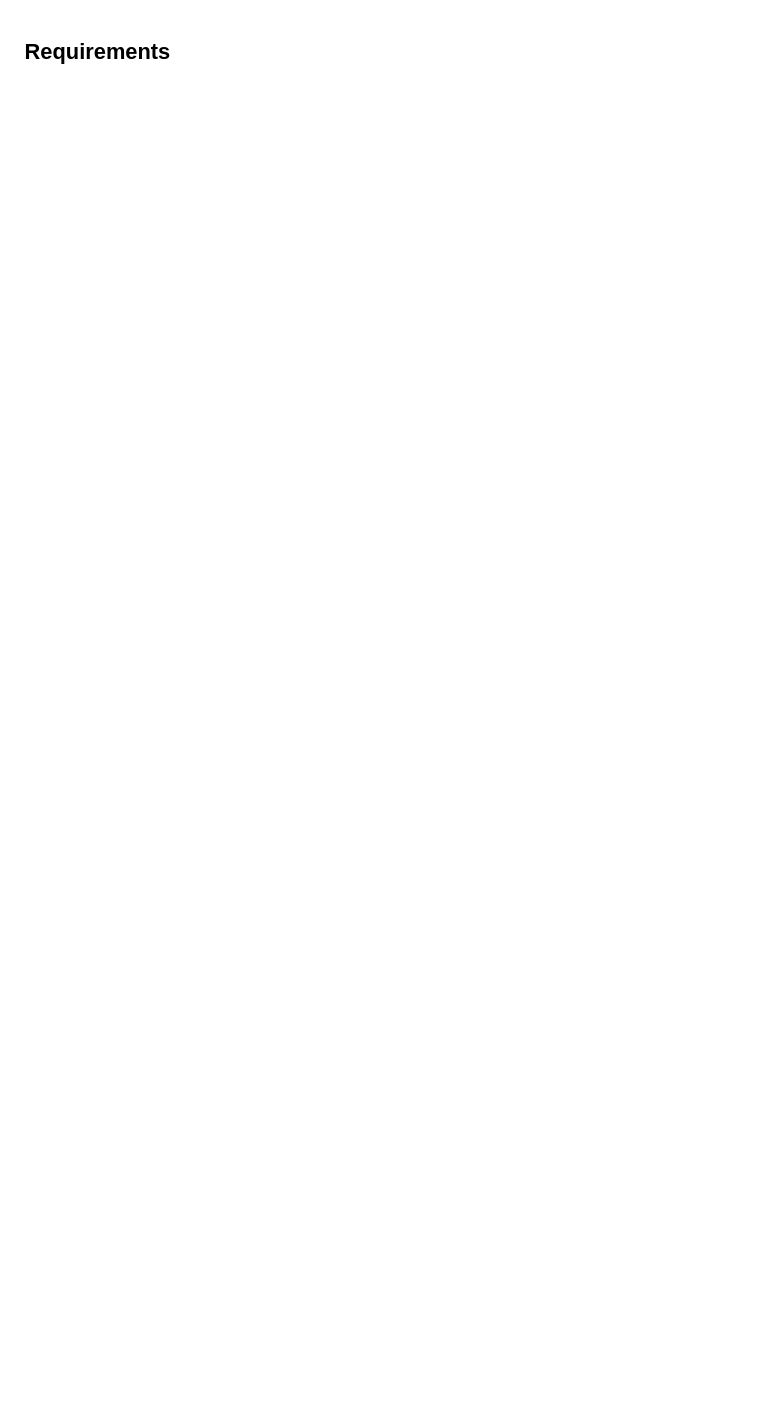
Above: page "Page-2" (2 of 2) of Interview/FBDesign.drawio in ashwiniadlakha/draw_io (draw.io), before the change. Source tidied: cells renumbered, new cells numbered last; positions are measured from the earlier drawing's top-left corner, leaving out a move shared by most shapes. Both pictures are drawn from the tidied source at 91%, with x=0, y=0 at pixel (20, 34).
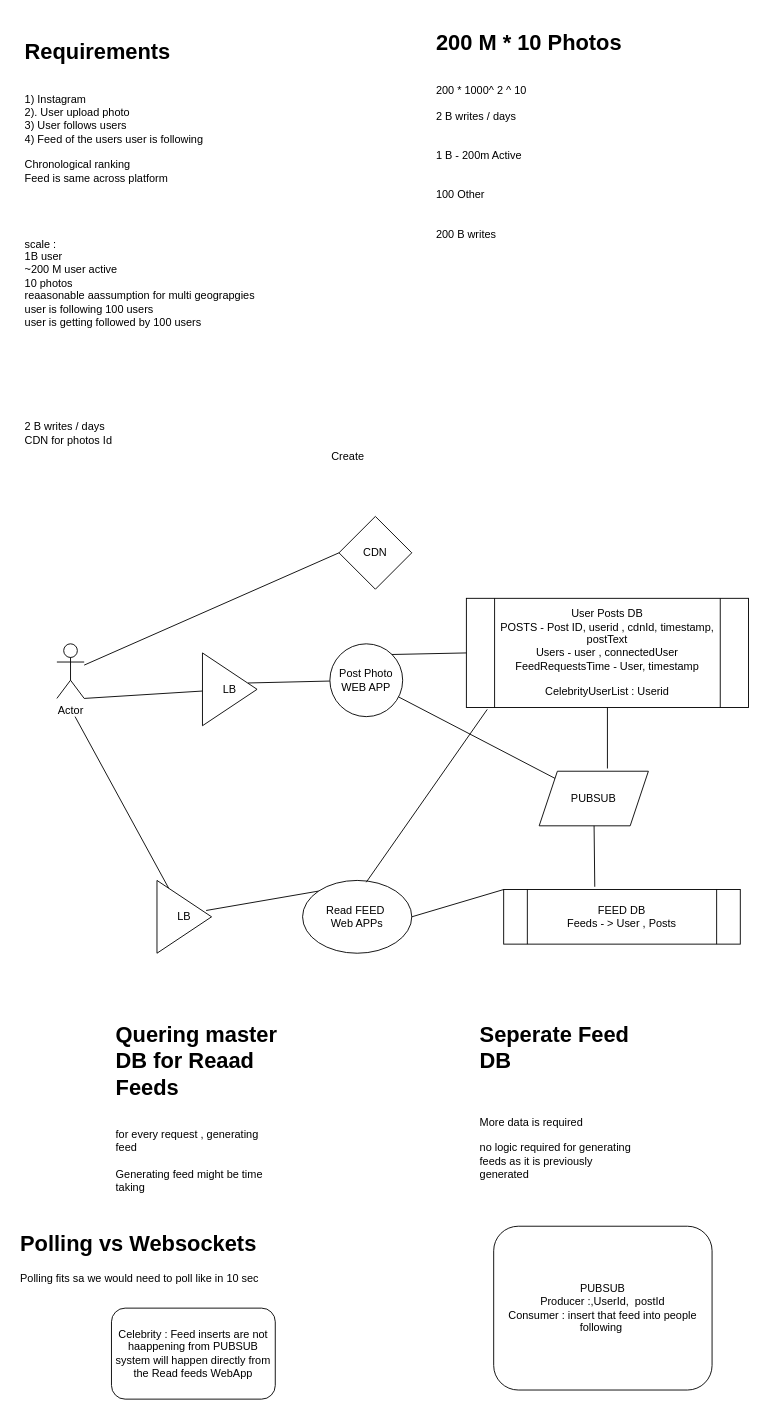
After the change.

Change to the diagram source:
```diff
@@
-    <mxCell id="2" value="&lt;h1&gt;Requirements&lt;/h1&gt;" style="text;html=1;strokeColor=none;fillColor=none;spacing=5;spacingTop=-20;whiteSpace=wrap;overflow=hidden;rounded=0;" parent="1" vertex="1">
-      <mxGeometry width="340" height="280" as="geometry" />
+    <mxCell id="2" value="&lt;h1&gt;Requirements&lt;/h1&gt;&lt;div&gt;&lt;br&gt;&lt;/div&gt;&lt;div&gt;1) Instagram&lt;/div&gt;&lt;div&gt;2). User upload photo&lt;/div&gt;&lt;div&gt;3) User follows users&lt;/div&gt;&lt;div&gt;4) Feed of the users user is following&lt;/div&gt;&lt;div&gt;&lt;br&gt;&lt;/div&gt;&lt;div&gt;Chronological ranking&lt;/div&gt;&lt;div&gt;Feed is same across platform&amp;nbsp;&lt;/div&gt;&lt;div&gt;&lt;br&gt;&lt;/div&gt;&lt;div&gt;&lt;br&gt;&lt;/div&gt;&lt;div&gt;&lt;br&gt;&lt;/div&gt;&lt;div&gt;&lt;br&gt;&lt;/div&gt;&lt;div&gt;scale :&lt;/div&gt;&lt;div&gt;1B user&lt;/div&gt;&lt;div&gt;~200 M user active&lt;/div&gt;&lt;div&gt;10 photos&lt;/div&gt;&lt;div&gt;reaasonable aassumption for multi geograpgies&lt;/div&gt;&lt;div&gt;user is following 100 users&lt;br&gt;user is getting followed by 100 users&lt;/div&gt;&lt;div&gt;&lt;br&gt;&lt;/div&gt;&lt;div&gt;&lt;br&gt;&lt;/div&gt;&lt;div&gt;&lt;br&gt;&lt;/div&gt;&lt;div&gt;&lt;br&gt;&lt;/div&gt;&lt;div&gt;&lt;br&gt;&lt;/div&gt;&lt;div&gt;&lt;br&gt;&lt;/div&gt;&lt;div&gt;&lt;br&gt;&lt;/div&gt;&lt;div&gt;2 B writes / days&amp;nbsp;&lt;br&gt;&lt;/div&gt;&lt;div&gt;CDN for photos Id&lt;/div&gt;" style="text;html=1;strokeColor=none;fillColor=none;spacing=5;spacingTop=-20;whiteSpace=wrap;overflow=hidden;rounded=0;" parent="1" vertex="1">
+      <mxGeometry width="340" height="520" as="geometry" />
     </mxCell>
+    <mxCell id="3" value="&lt;h1&gt;200 M * 10 Photos&lt;/h1&gt;&lt;div&gt;&lt;br&gt;&lt;/div&gt;&lt;div&gt;200 * 1000^ 2 ^ 10&lt;/div&gt;&lt;div&gt;&lt;br&gt;&lt;/div&gt;&lt;div&gt;2 B writes / days&lt;/div&gt;&lt;div&gt;&lt;br&gt;&lt;/div&gt;&lt;div&gt;&lt;br&gt;&lt;/div&gt;&lt;div&gt;1 B - 200m Active&lt;/div&gt;&lt;div&gt;&lt;br&gt;&lt;/div&gt;&lt;div&gt;&lt;br&gt;&lt;/div&gt;&lt;div&gt;100 Other&lt;/div&gt;&lt;div&gt;&lt;br&gt;&lt;/div&gt;&lt;div&gt;&lt;br&gt;&lt;/div&gt;&lt;div&gt;200 B writes&amp;nbsp;&lt;/div&gt;" style="text;html=1;strokeColor=none;fillColor=none;spacing=5;spacingTop=-20;whiteSpace=wrap;overflow=hidden;rounded=0;" parent="1" vertex="1">
+      <mxGeometry x="452" y="-10" width="340" height="390" as="geometry" />
+    </mxCell>
+    <mxCell id="4" value="Actor" style="shape=umlActor;verticalLabelPosition=bottom;verticalAlign=top;html=1;outlineConnect=0;" parent="1" vertex="1">
+      <mxGeometry x="40" y="670" width="30" height="60" as="geometry" />
+    </mxCell>
+    <mxCell id="5" value="CDN" style="rhombus;whiteSpace=wrap;html=1;" parent="1" vertex="1">
+      <mxGeometry x="350" y="530" width="80" height="80" as="geometry" />
+    </mxCell>
+    <mxCell id="6" value="LB" style="triangle;whiteSpace=wrap;html=1;" parent="1" vertex="1">
+      <mxGeometry x="200" y="680" width="60" height="80" as="geometry" />
+    </mxCell>
+    <mxCell id="7" value="Post Photo&lt;br&gt;WEB APP" style="ellipse;whiteSpace=wrap;html=1;" parent="1" vertex="1">
+      <mxGeometry x="340" y="670" width="80" height="80" as="geometry" />
+    </mxCell>
+    <mxCell id="8" value="User Posts DB&lt;br&gt;POSTS - Post ID, userid , cdnId, timestamp, postText&lt;br&gt;Users - user , connectedUser&lt;br&gt;FeedRequestsTime - User, timestamp&lt;br&gt;&lt;br&gt;CelebrityUserList : Userid" style="shape=process;whiteSpace=wrap;html=1;backgroundOutline=1;" parent="1" vertex="1">
+      <mxGeometry x="490" y="620" width="310" height="120" as="geometry" />
+    </mxCell>
+    <mxCell id="9" style="endArrow=none;html=1;rounded=0;entryX=0;entryY=0.5;entryDx=0;entryDy=0;" parent="1" edge="1" source="4" target="5">
+      <mxGeometry relative="1" as="geometry" />
+    </mxCell>
+    <mxCell id="10" style="endArrow=none;html=1;rounded=0;exitX=1;exitY=1;exitDx=0;exitDy=0;exitPerimeter=0;" parent="1" edge="1" source="4" target="6">
+      <mxGeometry relative="1" as="geometry" />
+    </mxCell>
+    <mxCell id="11" style="endArrow=none;html=1;rounded=0;exitX=0.833;exitY=0.413;exitDx=0;exitDy=0;exitPerimeter=0;" parent="1" edge="1" source="6" target="7">
+      <mxGeometry relative="1" as="geometry" />
+    </mxCell>
+    <mxCell id="12" style="endArrow=none;html=1;rounded=0;exitX=1;exitY=0;exitDx=0;exitDy=0;entryX=0;entryY=0.5;entryDx=0;entryDy=0;" parent="1" edge="1" source="7" target="8">
+      <mxGeometry relative="1" as="geometry" />
+    </mxCell>
+    <mxCell id="13" value="Create" style="text;html=1;strokeColor=none;fillColor=none;align=center;verticalAlign=middle;whiteSpace=wrap;rounded=0;" parent="1" vertex="1">
+      <mxGeometry x="330" y="450" width="60" height="30" as="geometry" />
+    </mxCell>
+    <mxCell id="14" value="LB" style="triangle;whiteSpace=wrap;html=1;" parent="1" vertex="1">
+      <mxGeometry x="150" y="930" width="60" height="80" as="geometry" />
+    </mxCell>
+    <mxCell id="15" value="Read FEED&amp;nbsp;&lt;br&gt;Web APPs" style="ellipse;whiteSpace=wrap;html=1;" parent="1" vertex="1">
+      <mxGeometry x="310" y="930" width="120" height="80" as="geometry" />
+    </mxCell>
+    <mxCell id="16" value="&lt;h1&gt;Quering master DB for Reaad Feeds&lt;/h1&gt;&lt;div&gt;&lt;br&gt;&lt;/div&gt;&lt;div&gt;for every request , generating feed&lt;/div&gt;&lt;div&gt;&lt;br&gt;&lt;/div&gt;&lt;div&gt;Generating feed might be time taking&lt;/div&gt;" style="text;html=1;strokeColor=none;fillColor=none;spacing=5;spacingTop=-20;whiteSpace=wrap;overflow=hidden;rounded=0;" parent="1" vertex="1">
+      <mxGeometry x="100" y="1080" width="190" height="210" as="geometry" />
+    </mxCell>
+    <mxCell id="17" value="&lt;h1&gt;Seperate Feed DB&lt;/h1&gt;&lt;div&gt;&lt;br&gt;&lt;/div&gt;&lt;div&gt;&lt;br&gt;&lt;/div&gt;&lt;div&gt;More data is required&lt;/div&gt;&lt;div&gt;&lt;br&gt;&lt;/div&gt;&lt;div&gt;no logic required for generating feeds as it is previously generated&amp;nbsp;&lt;/div&gt;&lt;div&gt;&lt;br&gt;&lt;/div&gt;&lt;div&gt;&lt;br&gt;&lt;/div&gt;" style="text;html=1;strokeColor=none;fillColor=none;spacing=5;spacingTop=-20;whiteSpace=wrap;overflow=hidden;rounded=0;" parent="1" vertex="1">
+      <mxGeometry x="500" y="1080" width="190" height="250" as="geometry" />
+    </mxCell>
+    <mxCell id="18" value="FEED DB&lt;br&gt;Feeds - &amp;gt; User , Posts" style="shape=process;whiteSpace=wrap;html=1;backgroundOutline=1;" parent="1" vertex="1">
+      <mxGeometry x="531" y="940" width="260" height="60" as="geometry" />
+    </mxCell>
+    <mxCell id="19" style="endArrow=none;html=1;rounded=0;" parent="1" edge="1" target="14">
+      <mxGeometry relative="1" as="geometry">
+        <mxPoint x="60" y="750" as="sourcePoint" />
+      </mxGeometry>
+    </mxCell>
+    <mxCell id="20" value="PUBSUB" style="shape=parallelogram;perimeter=parallelogramPerimeter;whiteSpace=wrap;html=1;fixedSize=1;" parent="1" vertex="1">
+      <mxGeometry x="570" y="810" width="120" height="60" as="geometry" />
+    </mxCell>
+    <mxCell id="21" style="endArrow=none;html=1;rounded=0;" parent="1" edge="1" source="7" target="20">
+      <mxGeometry relative="1" as="geometry" />
+    </mxCell>
+    <mxCell id="22" style="endArrow=none;html=1;rounded=0;exitX=0.625;exitY=-0.05;exitDx=0;exitDy=0;exitPerimeter=0;" parent="1" edge="1" source="20" target="8">
+      <mxGeometry relative="1" as="geometry" />
+    </mxCell>
+    <mxCell id="23" style="endArrow=none;html=1;rounded=0;exitX=0.385;exitY=-0.05;exitDx=0;exitDy=0;exitPerimeter=0;" parent="1" edge="1" source="18" target="20">
+      <mxGeometry relative="1" as="geometry" />
+    </mxCell>
+    <mxCell id="24" style="endArrow=none;html=1;rounded=0;exitX=0.9;exitY=0.413;exitDx=0;exitDy=0;exitPerimeter=0;entryX=0;entryY=0;entryDx=0;entryDy=0;" parent="1" edge="1" source="14" target="15">
+      <mxGeometry relative="1" as="geometry" />
+    </mxCell>
+    <mxCell id="25" style="endArrow=none;html=1;rounded=0;exitX=0.583;exitY=0.025;exitDx=0;exitDy=0;exitPerimeter=0;entryX=0.074;entryY=1.017;entryDx=0;entryDy=0;entryPerimeter=0;" parent="1" edge="1" source="15" target="8">
+      <mxGeometry relative="1" as="geometry" />
+    </mxCell>
+    <mxCell id="26" style="endArrow=none;html=1;rounded=0;exitX=1;exitY=0.5;exitDx=0;exitDy=0;entryX=0;entryY=0;entryDx=0;entryDy=0;" parent="1" edge="1" source="15" target="18">
+      <mxGeometry relative="1" as="geometry" />
+    </mxCell>
+    <mxCell id="27" value="&lt;h1&gt;Polling vs Websockets&lt;/h1&gt;&lt;div&gt;Polling fits sa we would need to poll like in 10 sec&lt;/div&gt;" style="text;html=1;strokeColor=none;fillColor=none;spacing=5;spacingTop=-20;whiteSpace=wrap;overflow=hidden;rounded=0;" parent="1" vertex="1">
+      <mxGeometry x="-5" y="1310" width="350" height="120" as="geometry" />
+    </mxCell>
+    <mxCell id="28" value="PUBSUB&lt;br&gt;Producer :,UserId,&amp;nbsp; postId&lt;br&gt;Consumer : insert that feed into people following&amp;nbsp;" style="rounded=1;whiteSpace=wrap;html=1;" parent="1" vertex="1">
+      <mxGeometry x="520" y="1310" width="240" height="180" as="geometry" />
+    </mxCell>
+    <mxCell id="29" value="Celebrity : Feed inserts are not haappening from PUBSUB system will happen directly from the Read feeds WebApp" style="rounded=1;whiteSpace=wrap;html=1;" parent="1" vertex="1">
+      <mxGeometry x="100" y="1400" width="180" height="100" as="geometry" />
+    </mxCell>
```
